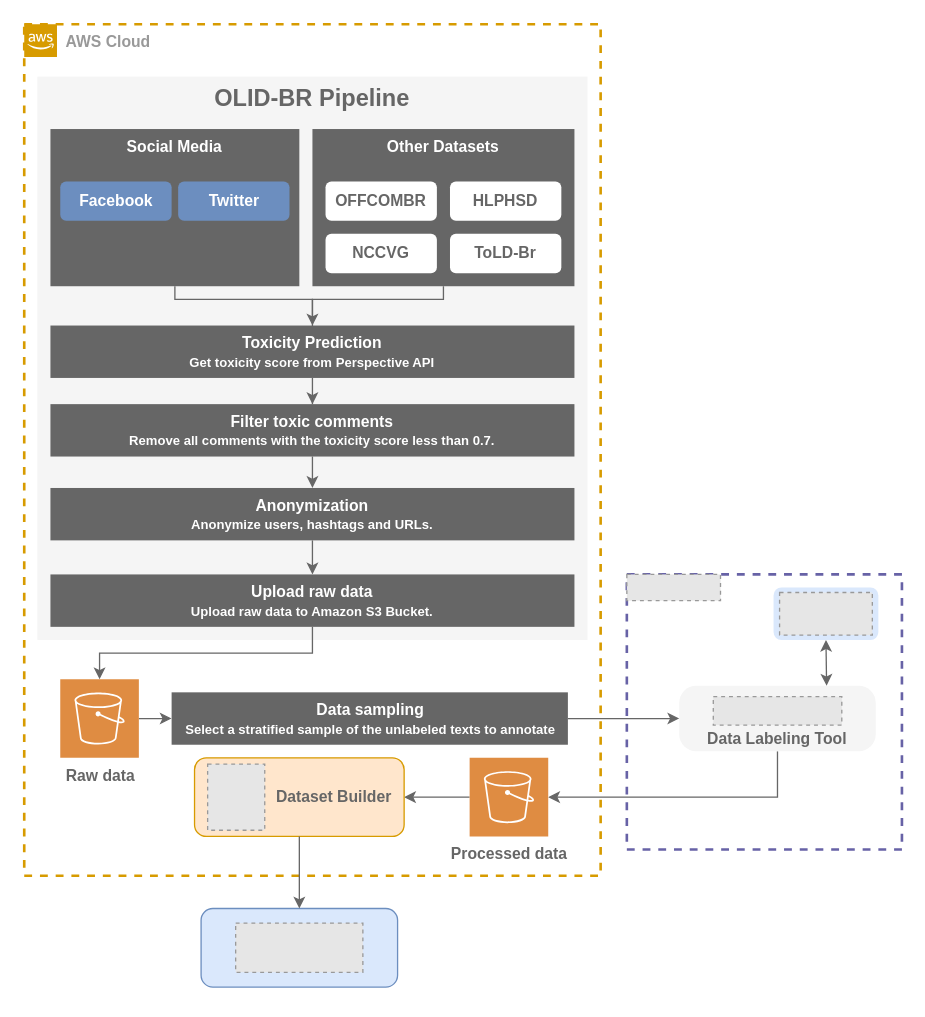
Above: page "data-pipeline-v2" (4 of 6) of docs/diagrams/diagrams.drawio in DougTrajano/olid-br (draw.io), before the change. Source tidied: cells renumbered, new cells numbered last; positions are measured from the earlier drawing's top-left corner, leaving out a move shared by most shapes. Both pictures are drawn from the tidied source at 131%, with x=0, y=0 at pixel (24, 24). Pictures stored in the file or linked from it are replaced by grey dashed boxes.
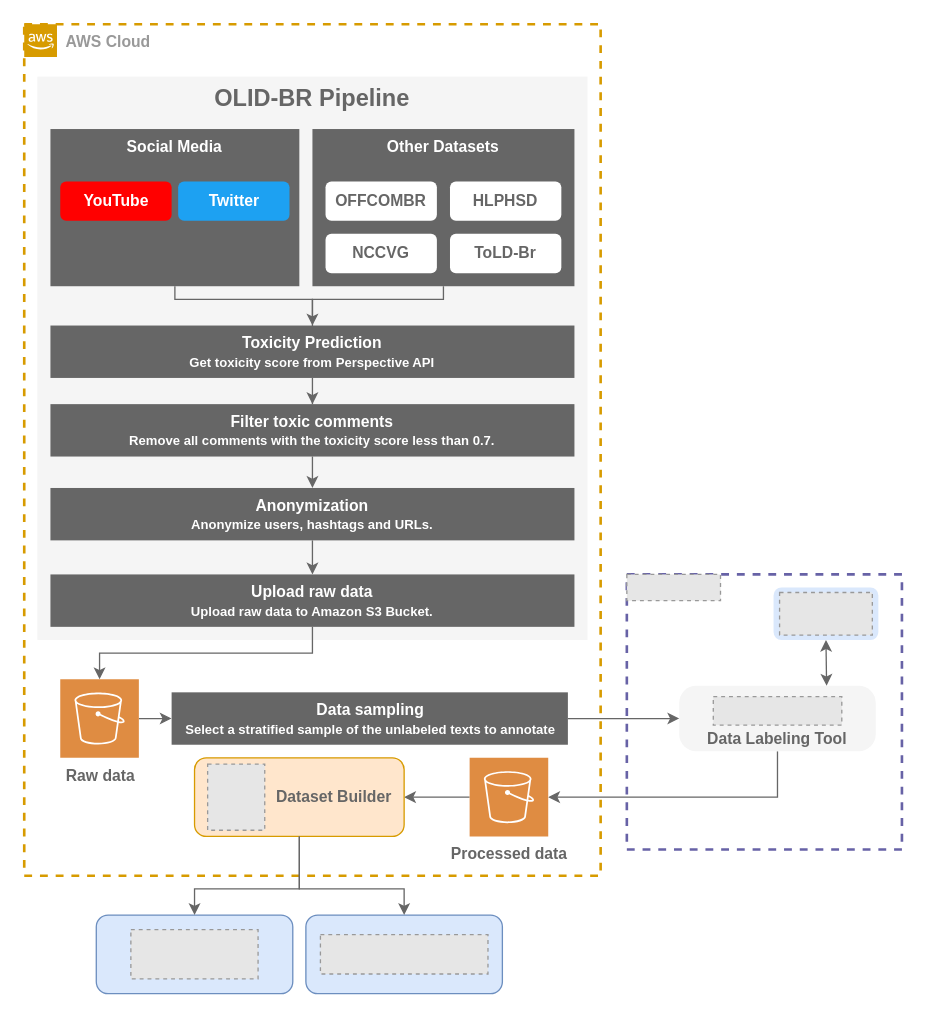
Above is the later version.

Unchanged cells that the change refers to:
```xml
<mxCell id="27" value="&lt;font color=&quot;#666666&quot;&gt;&lt;span style=&quot;white-space: pre&quot;&gt;&#9;&lt;/span&gt;&lt;span style=&quot;white-space: pre&quot;&gt;&#9;&lt;/span&gt;Dataset Builder&lt;/font&gt;" style="rounded=1;whiteSpace=wrap;html=1;verticalAlign=middle;fontStyle=1;fillColor=#ffe6cc;strokeColor=#d79b00;" parent="26" vertex="1">
  <mxGeometry width="160" height="60" as="geometry" />
</mxCell>
<mxCell id="42" style="rounded=1;whiteSpace=wrap;html=1;fillColor=#dae8fc;strokeColor=#6c8ebf;" parent="41" vertex="1">
  <mxGeometry width="150" height="60" as="geometry" />
</mxCell>
```

The edit, as a diff of the source:
```diff
@@
-    <mxCell id="21" value="&lt;font color=&quot;#ffffff&quot;&gt;Facebook&lt;/font&gt;" style="rounded=1;whiteSpace=wrap;html=1;verticalAlign=middle;fontStyle=1;fillColor=#6C8EBF;strokeColor=none;" parent="1" vertex="1">
+    <mxCell id="21" value="&lt;font color=&quot;#ffffff&quot;&gt;YouTube&lt;/font&gt;" style="rounded=1;whiteSpace=wrap;html=1;verticalAlign=middle;fontStyle=1;fillColor=#FF0000;strokeColor=none;fontColor=#ffffff;" parent="1" vertex="1">
       <mxGeometry x="27.5" y="120" width="85" height="30" as="geometry" />
     </mxCell>
-    <mxCell id="22" value="&lt;font color=&quot;#ffffff&quot;&gt;Twitter&lt;/font&gt;" style="rounded=1;whiteSpace=wrap;html=1;verticalAlign=middle;fontStyle=1;fillColor=#6C8EBF;strokeColor=none;" parent="1" vertex="1">
+    <mxCell id="22" value="&lt;font color=&quot;#ffffff&quot;&gt;Twitter&lt;/font&gt;" style="rounded=1;whiteSpace=wrap;html=1;verticalAlign=middle;fontStyle=1;fillColor=#1DA1F2;strokeColor=none;" parent="1" vertex="1">
       <mxGeometry x="117.5" y="120" width="85" height="30" as="geometry" />
     </mxCell>
@@
     <mxCell id="41" style="group;" parent="1" vertex="1">
-      <mxGeometry x="135" y="675" width="150" height="60" as="geometry" />
+      <mxGeometry x="55" y="680" width="150" height="60" as="geometry" />
     </mxCell>
@@
     <mxCell id="44" style="edgeStyle=orthogonalEdgeStyle;rounded=0;jettySize=auto;html=1;exitX=0.5;exitY=1;exitDx=0;exitDy=0;entryX=0.5;entryY=0;entryDx=0;entryDy=0;fillColor=#f5f5f5;strokeColor=#666666;" parent="1" edge="1" source="27" target="42">
-      <mxGeometry relative="1" as="geometry" />
+      <mxGeometry relative="1" as="geometry">
+        <Array as="points">
+          <mxPoint x="210" y="660" />
+          <mxPoint x="130" y="660" />
+        </Array>
+      </mxGeometry>
     </mxCell>
+    <mxCell id="45" style="group;" parent="1" vertex="1">
+      <mxGeometry x="215" y="680" width="150" height="60" as="geometry" />
+    </mxCell>
+    <mxCell id="46" style="rounded=1;whiteSpace=wrap;html=1;fillColor=#dae8fc;strokeColor=#6c8ebf;" parent="45" vertex="1">
+      <mxGeometry width="150" height="60" as="geometry" />
+    </mxCell>
+    <mxCell id="47" style="fillColor=#E6E6E6;strokeColor=#999999;dashed=1;verticalLabelPosition=bottom;verticalAlign=top;" parent="45" vertex="1">
+      <mxGeometry x="11.1" y="15" width="127.9" height="30" as="geometry" />
+    </mxCell>
+    <mxCell id="48" style="html=1;entryX=0.5;entryY=0;entryDx=0;entryDy=0;fillColor=#eeeeee;strokeColor=#666666;edgeStyle=orthogonalEdgeStyle;rounded=0;" parent="1" edge="1" source="27" target="46">
+      <mxGeometry relative="1" as="geometry">
+        <Array as="points">
+          <mxPoint x="210" y="660" />
+          <mxPoint x="290" y="660" />
+        </Array>
+      </mxGeometry>
+    </mxCell>
```
